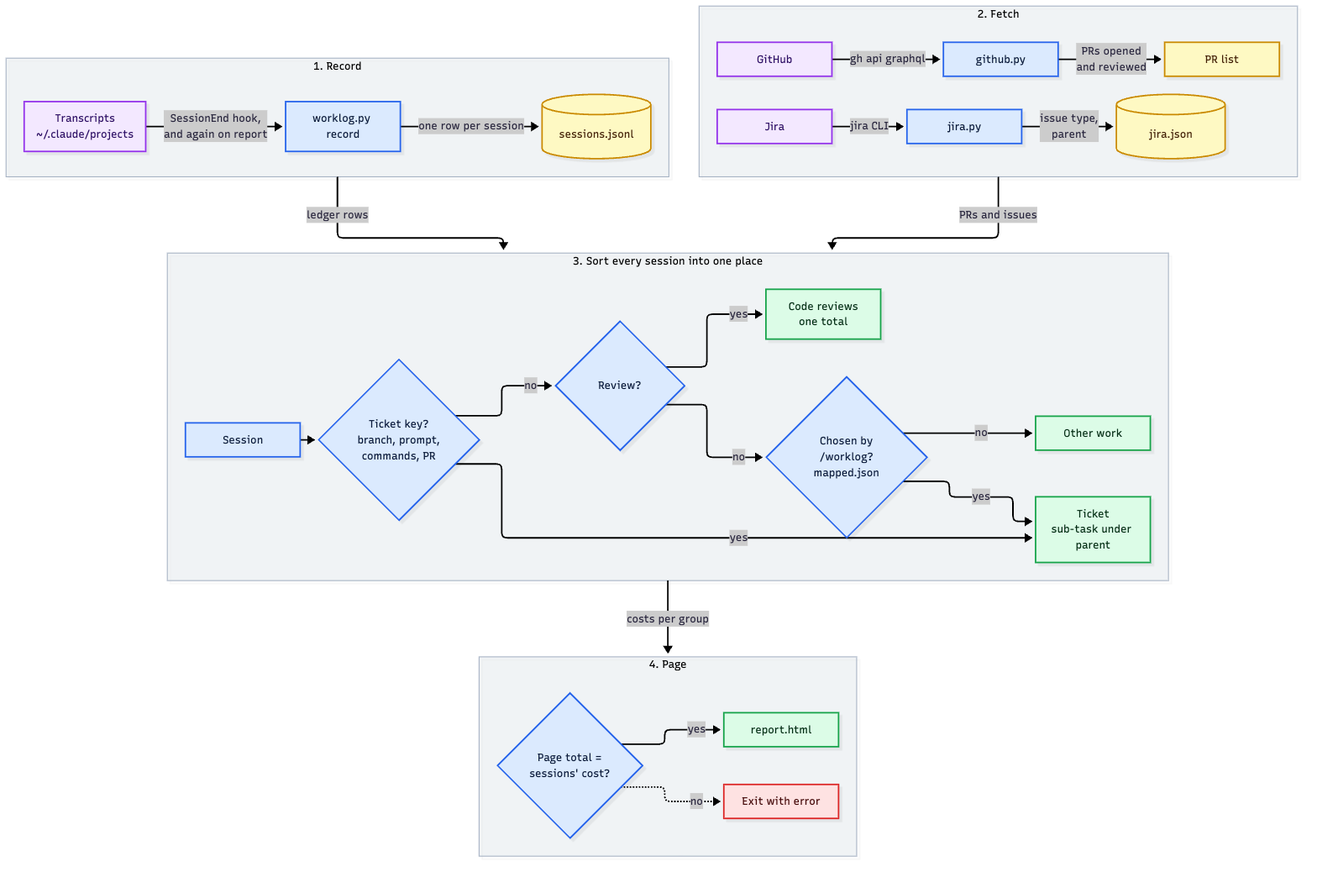
Earlier version of the Mermaid export skills/worklog/flow.png (araltiparmak/claude-harness). Its source is kept beside it as skills/worklog/flow.mmd.
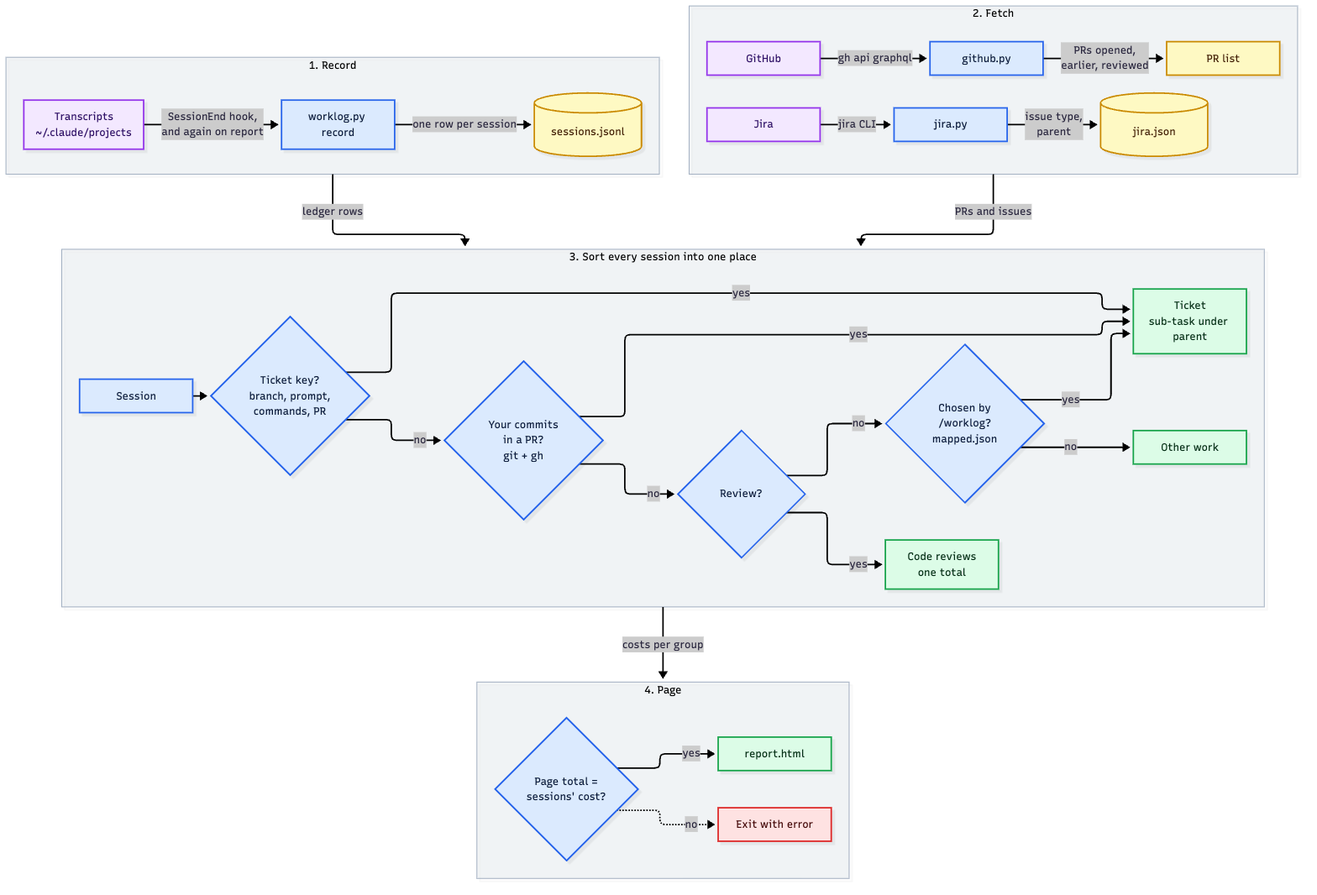
The same file after the commit.

Commit message:
worklog: more from gh and jira - earlier PRs lend their branches, commits made during a session find their PR, issues in progress that day as a mapping hint

Change to the diagram source:
```diff
@@ -1,7 +1,7 @@
 flowchart TB
   subgraph fetch [2. Fetch]
     direction LR
-    gh[GitHub] -- gh api graphql --> ghp[github.py] -- PRs opened<br/>and reviewed --> prs[PR list]
+    gh[GitHub] -- gh api graphql --> ghp[github.py] -- PRs opened,<br/>earlier, reviewed --> prs[PR list]
     jc[Jira] -- jira CLI --> jp[jira.py] -- issue type,<br/>parent --> cache[(jira.json)]
   end
   subgraph rec [1. Record]
@@ -11,7 +11,8 @@
   subgraph sort [3. Sort every session into one place]
     direction LR
     s[Session] --> key{Ticket key?<br/>branch, prompt,<br/>commands, PR} -- yes --> tk[Ticket<br/>sub-task under parent]
-    key -- no --> rv{Review?} -- yes --> rpr[Code reviews<br/>one total]
+    key -- no --> cm{Your commits<br/>in a PR?<br/>git + gh} -- yes --> tk
+    cm -- no --> rv{Review?} -- yes --> rpr[Code reviews<br/>one total]
     rv -- no --> mp{Chosen by<br/>/worklog?<br/>mapped.json} -- yes --> tk
     mp -- no --> oth[Other work]
   end
@@ -29,7 +30,7 @@
   classDef data fill:#fef9c3,stroke:#ca8a04,color:#422006
   classDef fail fill:#fee2e2,stroke:#dc2626,color:#450a0a
   classDef done fill:#dcfce7,stroke:#16a34a,color:#052e16
-  class rc,ghp,jp,s,key,rv,mp,chk step
+  class rc,ghp,jp,s,key,cm,rv,mp,chk step
   class tr,gh,jc ext
   class led,prs,cache data
   class stop fail
```
